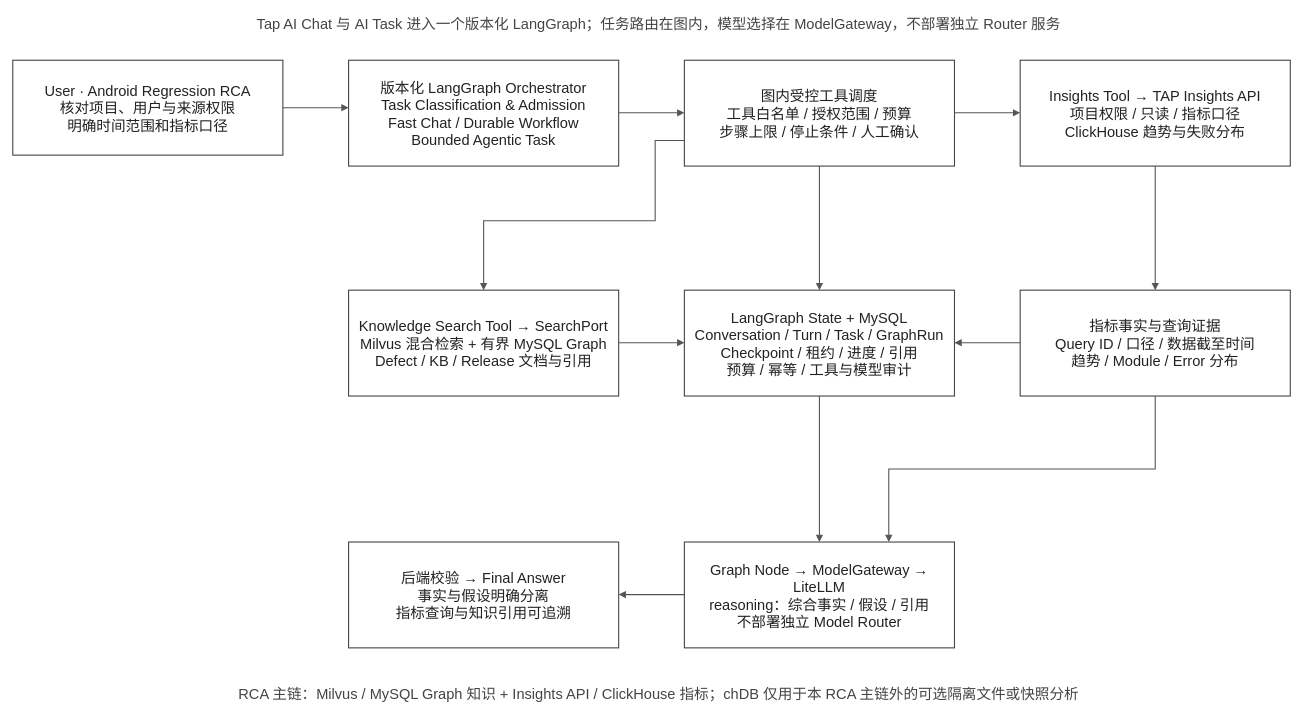
Earlier version of the draw.io diagram page "AI 数据查询" (10 of 11) of docs/assets/rfc-011/2026-09-17-platform-design.drawio (patrickstarpty/tap). Source tidied: cells renumbered, new cells numbered last; positions are measured from the earlier drawing's top-left corner, leaving out a move shared by most shapes. Both pictures are drawn from the tidied source at 73%, with x=0, y=0 at pixel (12, 12).
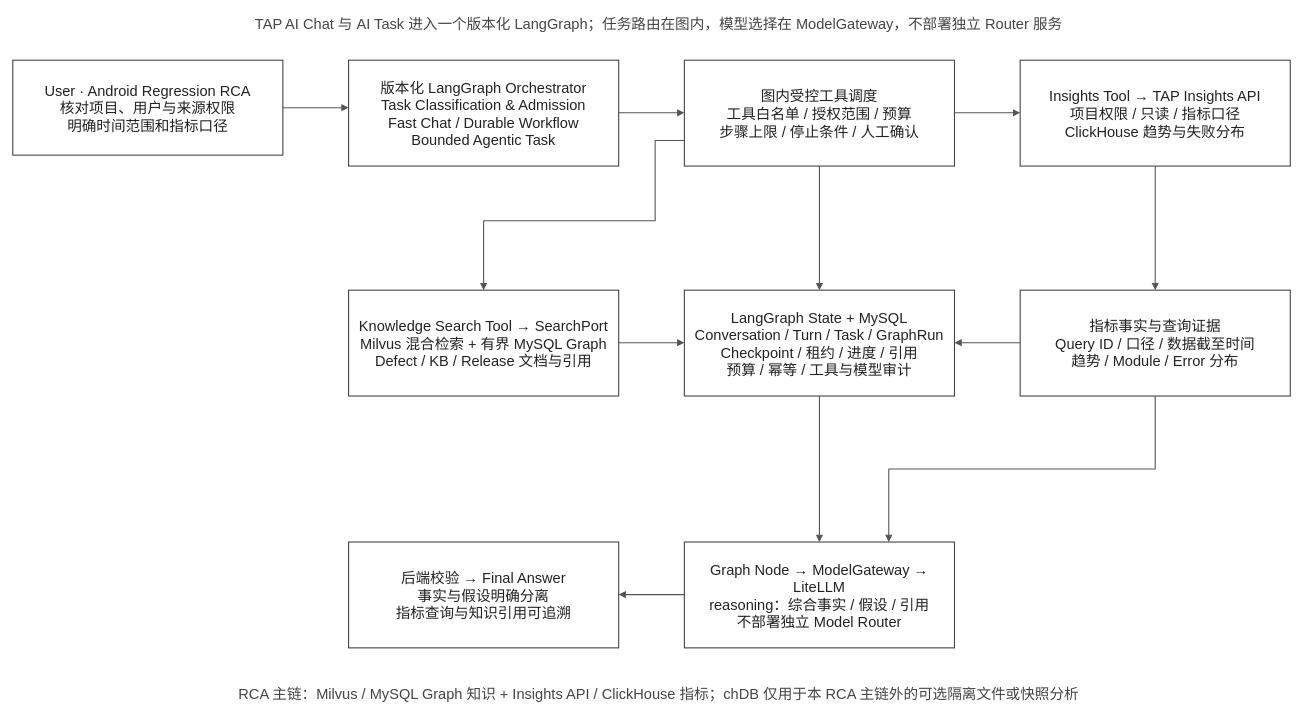
The same page after the edit.

Diff of the diagram source:
```diff
@@
-    <mxCell id="22" value="Tap AI Chat 与 AI Task 进入一个版本化 LangGraph；任务路由在图内，模型选择在 ModelGateway，不部署独立 Router 服务" style="text;html=0;align=center;verticalAlign=middle;whiteSpace=wrap;fontSize=20;fontColor=#444444;" parent="1" vertex="1">
+    <mxCell id="22" value="TAP AI Chat 与 AI Task 进入一个版本化 LangGraph；任务路由在图内，模型选择在 ModelGateway，不部署独立 Router 服务" style="text;html=0;align=center;verticalAlign=middle;whiteSpace=wrap;fontSize=20;fontColor=#444444;" parent="1" vertex="1">
       <mxGeometry x="105" width="1560" height="30" as="geometry" />
     </mxCell>
```
